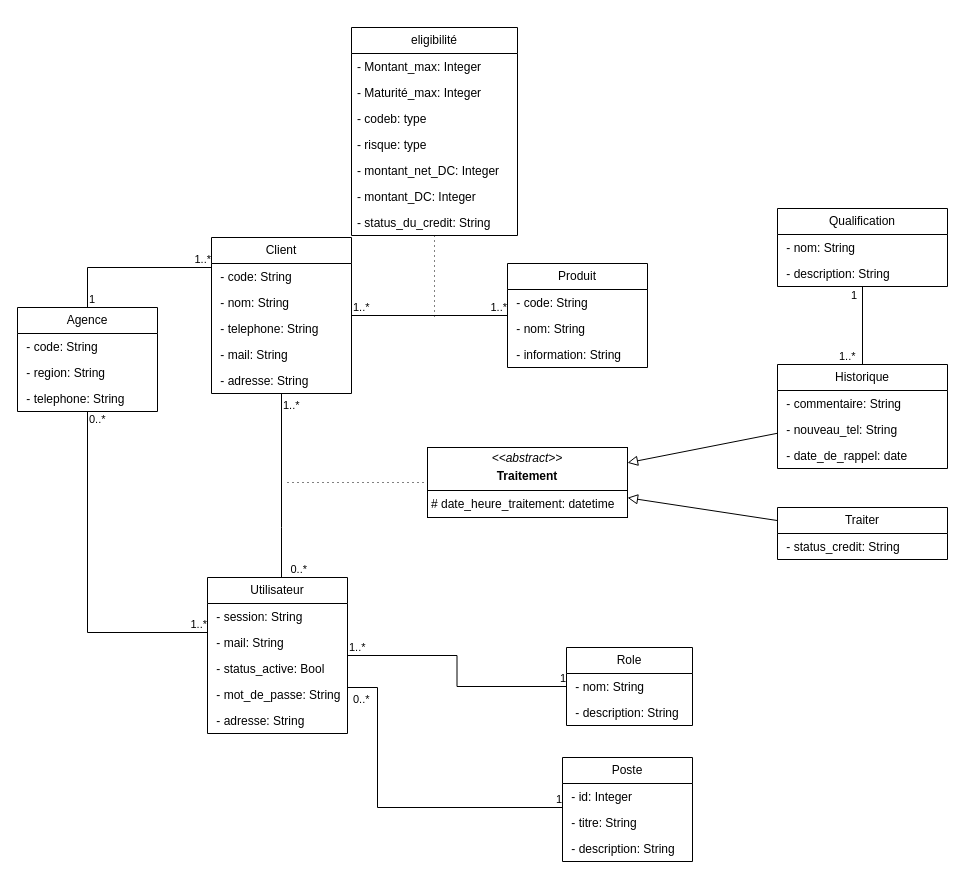
The draw.io diagram diagram.drawio in 34arsonEddy/ABM, before the edit. Source tidied: cells renumbered, new cells numbered last; positions are measured from the earlier drawing's top-left corner, leaving out a move shared by most shapes. Both pictures are drawn from the tidied source at 100%, with x=0, y=0 at pixel (17, 27).
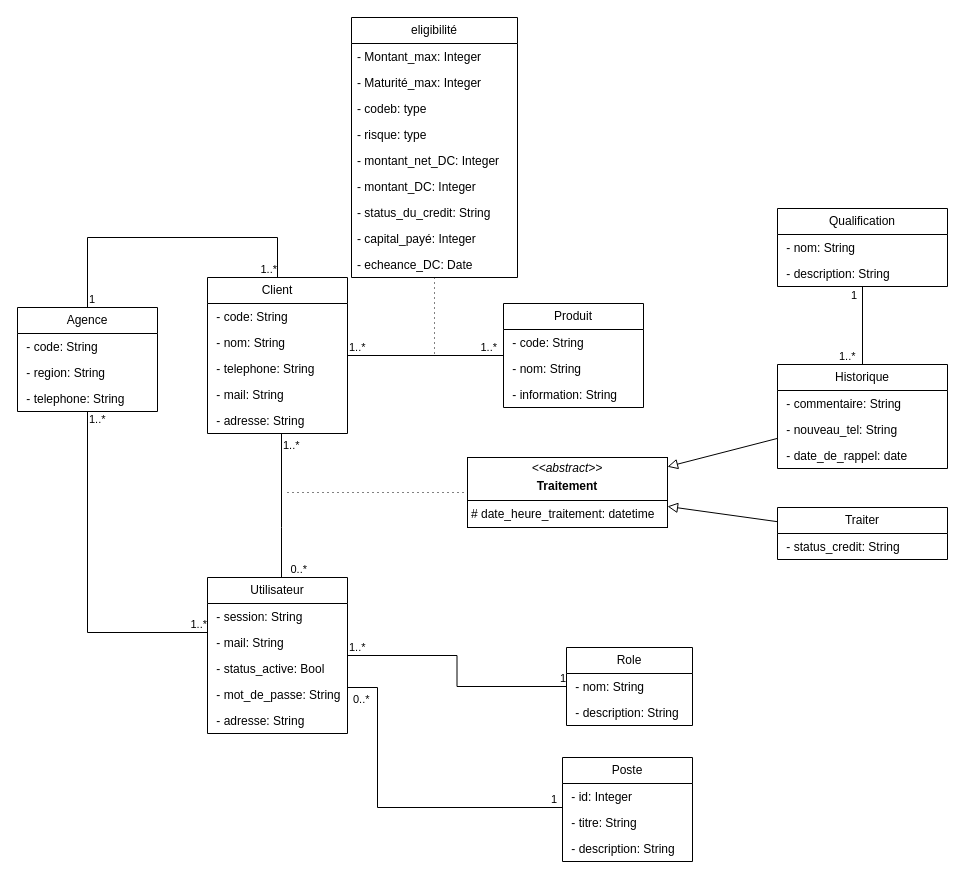
The same page after the edit.

Commit message (it also covers changes not shown here):
Mettre à jour diagram.drawio

The change refers to these unchanged cells:
```xml
<mxCell id="12" value="Agence" style="swimlane;fontStyle=0;horizontal=1;startSize=26;fillColor=none;whiteSpace=wrap;html=1;" parent="1" vertex="1">
  <mxGeometry y="280" width="140" height="104" as="geometry" />
</mxCell>
<mxCell id="32" style="endArrow=none;html=1;edgeStyle=orthogonalEdgeStyle;rounded=0;" parent="1" edge="1" source="12" target="16">
  <mxGeometry relative="1" as="geometry">
    <Array as="points">
      <mxPoint x="70" y="605" />
    </Array>
  </mxGeometry>
</mxCell>
<mxCell id="35" style="endArrow=none;html=1;edgeStyle=orthogonalEdgeStyle;rounded=0;" parent="1" edge="1" source="16" target="22">
  <mxGeometry relative="1" as="geometry">
    <Array as="points">
      <mxPoint x="360" y="660" />
      <mxPoint x="360" y="780" />
    </Array>
  </mxGeometry>
</mxCell>
<mxCell id="41" style="endArrow=none;html=1;edgeStyle=orthogonalEdgeStyle;rounded=0;" parent="1" edge="1" source="2" target="8">
  <mxGeometry relative="1" as="geometry" />
</mxCell>
```

The edit, as a diff of the source:
```diff
@@
     <mxCell id="2" value="Client" style="swimlane;fontStyle=0;horizontal=1;startSize=26;fillColor=none;whiteSpace=wrap;html=1;" parent="1" vertex="1">
-      <mxGeometry x="194" y="210" width="140" height="156" as="geometry" />
+      <mxGeometry x="190" y="250" width="140" height="156" as="geometry" />
     </mxCell>
@@
     <mxCell id="8" value="Produit" style="swimlane;fontStyle=0;horizontal=1;startSize=26;fillColor=none;whiteSpace=wrap;html=1;" parent="1" vertex="1">
-      <mxGeometry x="490" y="236" width="140" height="104" as="geometry" />
+      <mxGeometry x="486" y="276" width="140" height="104" as="geometry" />
     </mxCell>
@@
     <mxCell id="29" style="endArrow=none;html=1;edgeStyle=orthogonalEdgeStyle;rounded=0;" parent="1" edge="1" source="12" target="2">
       <mxGeometry relative="1" as="geometry">
         <Array as="points">
-          <mxPoint x="70" y="240" />
+          <mxPoint x="70" y="210" />
+          <mxPoint x="260" y="210" />
         </Array>
       </mxGeometry>
     </mxCell>
@@
-    <mxCell id="33" value="0..*" style="edgeLabel;html=1;align=left;verticalAlign=bottom;" parent="32" vertex="1">
+    <mxCell id="33" value="1..*" style="edgeLabel;html=1;align=left;verticalAlign=bottom;" parent="32" vertex="1">
       <mxGeometry x="-1" relative="1" as="geometry">
         <mxPoint y="16" as="offset" />
       </mxGeometry>
     </mxCell>
@@
     <mxCell id="37" value="1" style="edgeLabel;html=1;align=right;verticalAlign=bottom;" parent="35" vertex="1">
-      <mxGeometry x="1" relative="1" as="geometry" />
+      <mxGeometry x="1" relative="1" as="geometry">
+        <mxPoint x="-5" as="offset" />
+      </mxGeometry>
     </mxCell>
@@
     <mxCell id="43" value="1..*" style="edgeLabel;html=1;align=right;verticalAlign=bottom;" parent="41" vertex="1">
-      <mxGeometry x="1" relative="1" as="geometry" />
+      <mxGeometry x="1" relative="1" as="geometry">
+        <mxPoint x="-6" as="offset" />
+      </mxGeometry>
     </mxCell>
     <mxCell id="44" value="eligibilité" style="swimlane;fontStyle=0;horizontal=1;startSize=26;fillColor=none;whiteSpace=wrap;html=1;" parent="1" vertex="1">
-      <mxGeometry x="334" width="166" height="208" as="geometry" />
+      <mxGeometry x="334" y="-10" width="166" height="260" as="geometry" />
     </mxCell>
@@
+    <mxCell id="74" value="- capital_payé: Integer" style="text;strokeColor=none;fillColor=none;align=left;verticalAlign=top;spacingLeft=4;spacingRight=4;overflow=hidden;whiteSpace=wrap;html=1;" parent="44" vertex="1">
+      <mxGeometry y="208" width="166" height="26" as="geometry" />
+    </mxCell>
+    <mxCell id="75" value="- echeance_DC: Date" style="text;strokeColor=none;fillColor=none;align=left;verticalAlign=top;spacingLeft=4;spacingRight=4;overflow=hidden;whiteSpace=wrap;html=1;" parent="44" vertex="1">
+      <mxGeometry y="234" width="166" height="26" as="geometry" />
+    </mxCell>
     <mxCell id="52" style="endArrow=none;dashed=1;html=1;dashPattern=1 4;strokeWidth=1;rounded=0;jumpSize=2;endSize=2;startSize=5;" parent="1" edge="1" source="44">
       <mxGeometry relative="1" as="geometry">
-        <mxPoint x="417" y="290" as="targetPoint" />
+        <mxPoint x="417" y="330" as="targetPoint" />
       </mxGeometry>
     </mxCell>
@@
     <mxCell id="56" value="&lt;p style=&quot;margin:0px;margin-top:4px;text-align:center;&quot;&gt;&lt;i&gt;&amp;lt;&amp;lt;abstract&amp;gt;&amp;gt;&lt;/i&gt;&lt;b&gt;&lt;br&gt;&lt;/b&gt;&lt;/p&gt;&lt;p style=&quot;margin:0px;margin-top:4px;text-align:center;&quot;&gt;&lt;b&gt;Traitement&lt;/b&gt;&lt;br&gt;&lt;/p&gt;&lt;hr size=&quot;1&quot; style=&quot;border-style:solid;&quot;&gt;&lt;p style=&quot;margin:0px;margin-left:4px;&quot;&gt;# date_heure_traitement: datetime&lt;br&gt;&lt;/p&gt;" style="verticalAlign=top;align=left;overflow=fill;html=1;whiteSpace=wrap;" parent="1" vertex="1">
-      <mxGeometry x="410" y="420" width="200" height="70" as="geometry" />
+      <mxGeometry x="450" y="430" width="200" height="70" as="geometry" />
     </mxCell>
@@
     <mxCell id="61" style="endArrow=none;startArrow=none;endFill=0;startFill=0;endSize=8;html=1;verticalAlign=bottom;dashed=1;labelBackgroundColor=none;dashPattern=1 4;rounded=0;entryX=0;entryY=0.5;entryDx=0;entryDy=0;" parent="1" edge="1" target="56">
       <mxGeometry relative="1" as="geometry">
-        <mxPoint x="270" y="455" as="sourcePoint" />
+        <mxPoint x="270" y="465" as="sourcePoint" />
       </mxGeometry>
     </mxCell>
```
